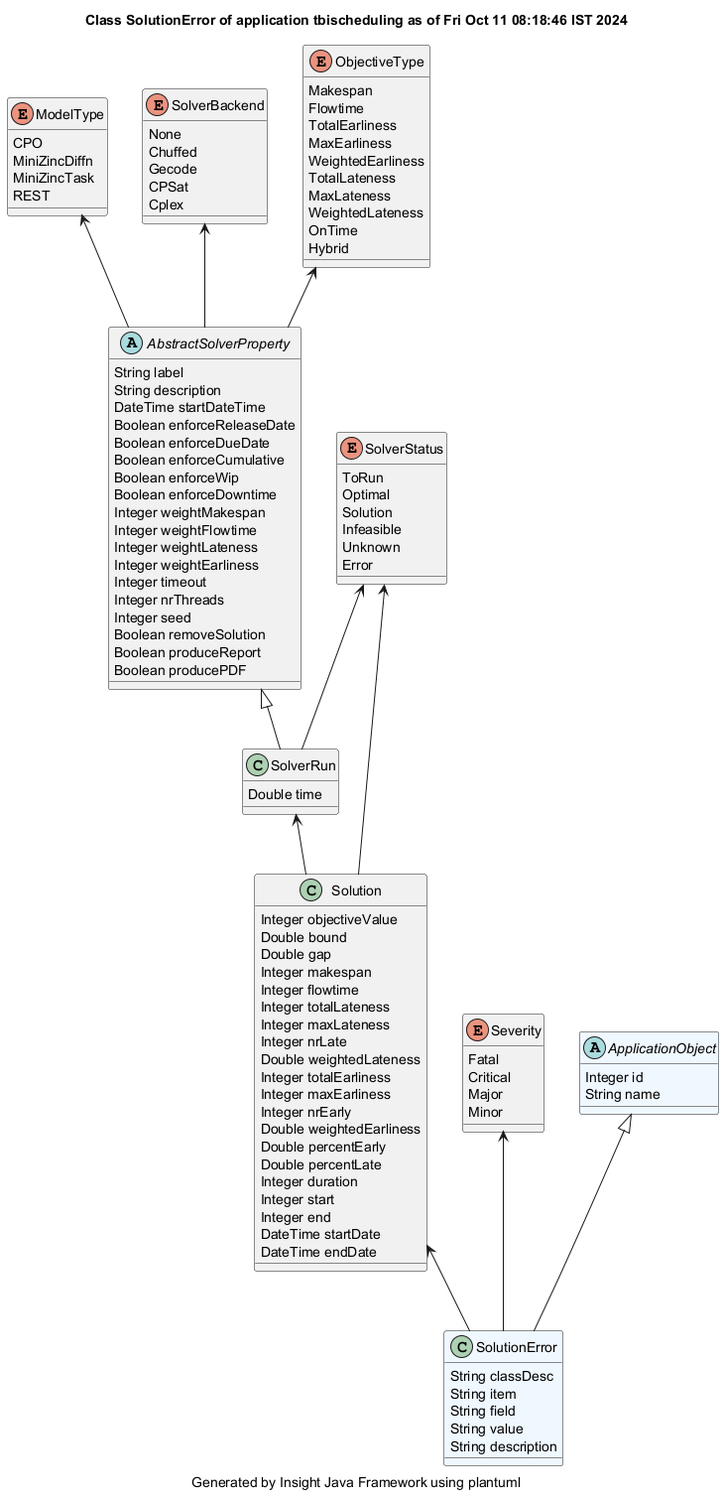
hsimonis/schedulingtraining keeps this PlantUML diagram as demonstrator/tbischeduling/site/plantuml/SolutionError.png. Above is the earlier version.
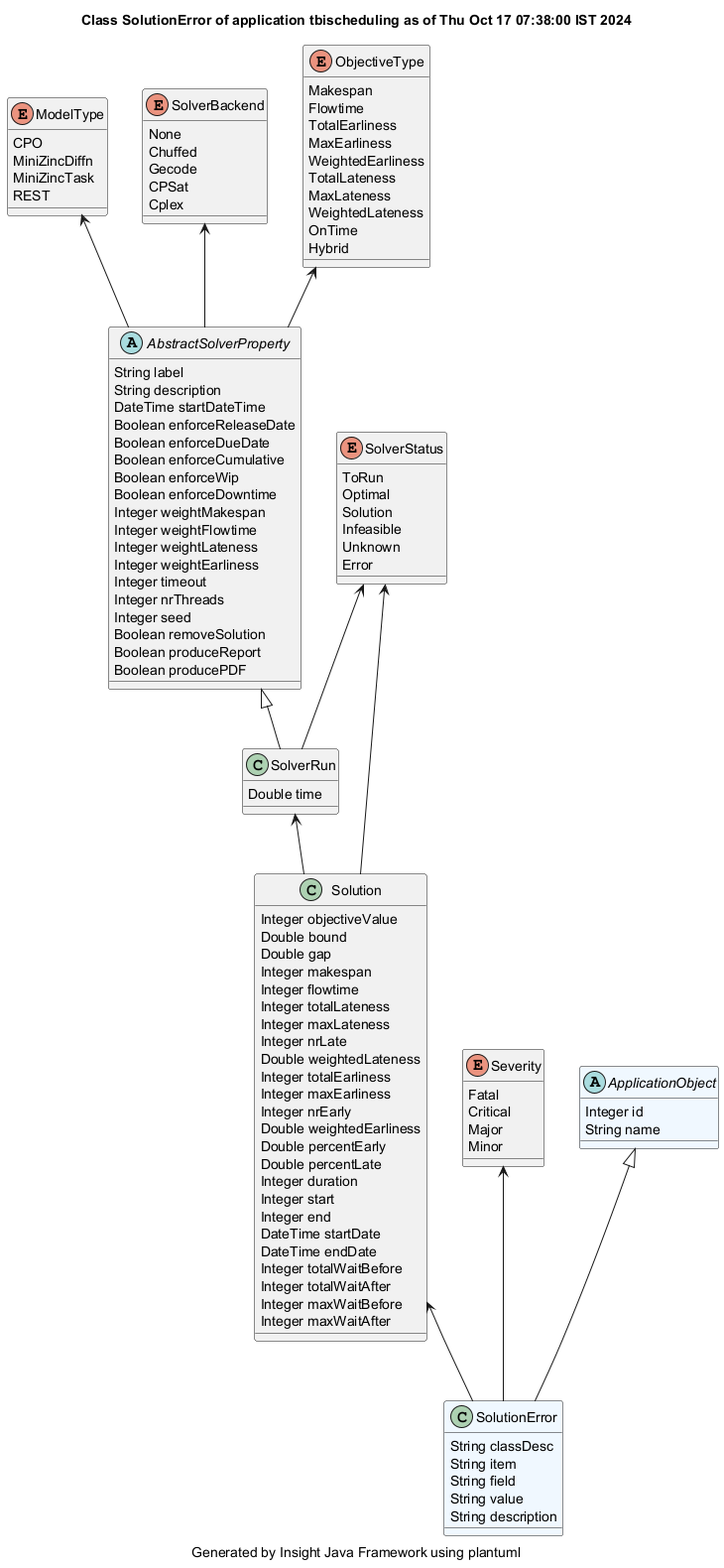
The same diagram one commit later.

What changed in the source:
```diff
@@ -1,5 +1,5 @@
 @startuml
-title Class SolutionError of application tbischeduling as of Fri Oct 11 08:18:46 IST 2024
+title Class SolutionError of application tbischeduling as of Thu Oct 17 07:38:00 IST 2024
 caption Generated by Insight Java Framework using plantuml
 class SolutionError #aliceblue
 SolutionError : String classDesc
@@ -30,6 +30,10 @@
 Solution : Integer end
 Solution : DateTime startDate
 Solution : DateTime endDate
+Solution : Integer totalWaitBefore
+Solution : Integer totalWaitAfter
+Solution : Integer maxWaitBefore
+Solution : Integer maxWaitAfter
 
 SolverRun  <-- Solution
 class SolverRun
```
